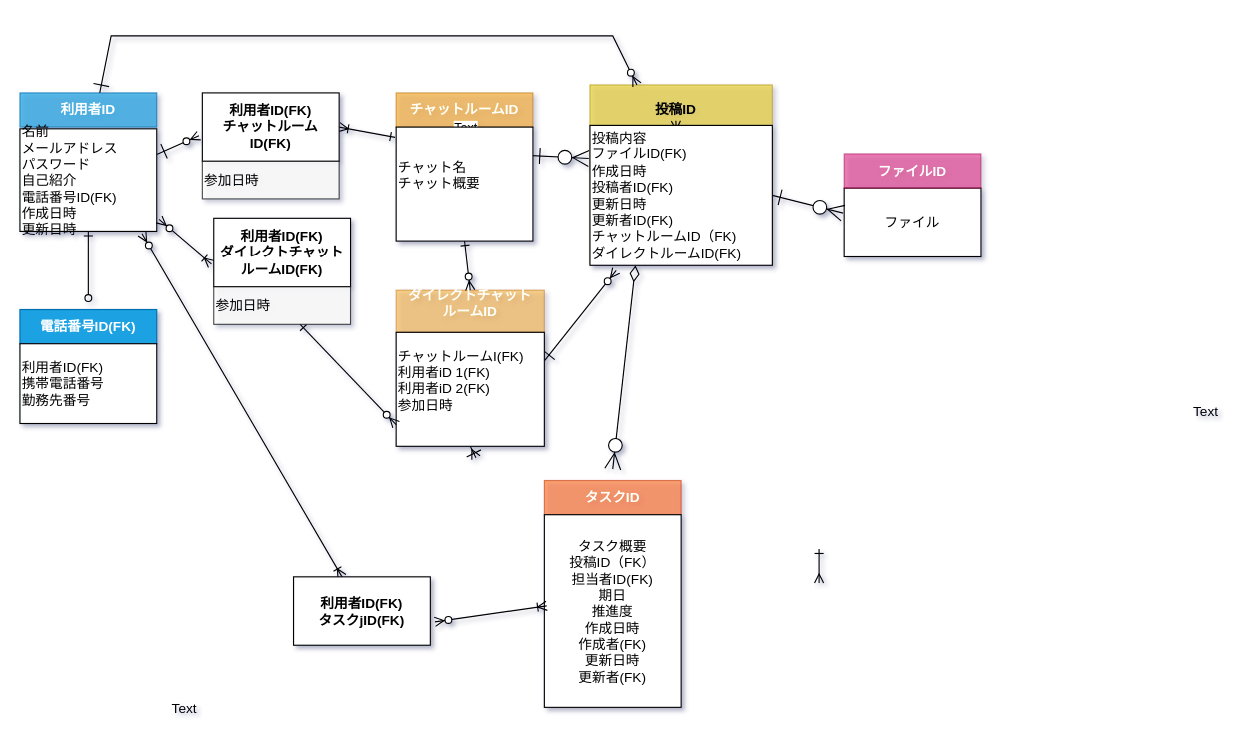
This is db/db-challenge1/db-challenge1.drawio from Yuina1012/quelcode-db, a draw.io file, before an edit. Source tidied: cells renumbered, new cells numbered last; positions are measured from the earlier drawing's top-left corner, leaving out a move shared by most shapes. Both pictures are drawn from the tidied source at 114%, with x=0, y=0 at pixel (19, 35).
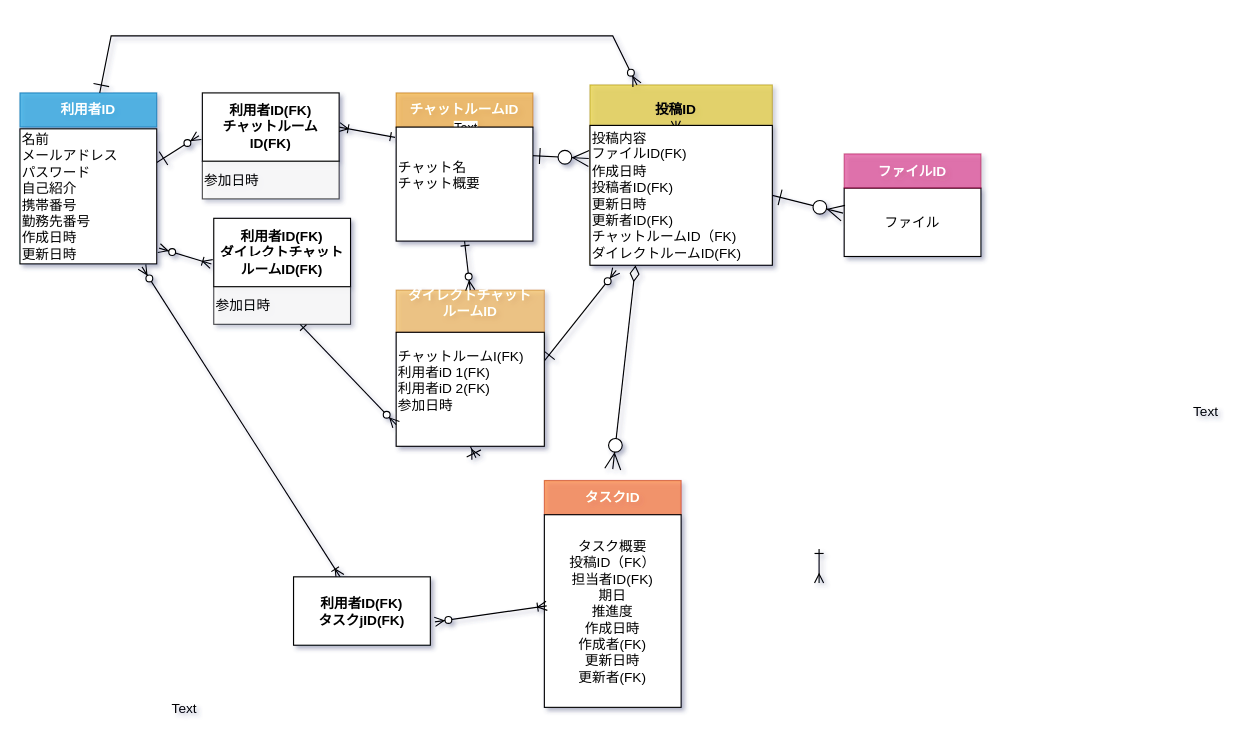
The same page after the edit.

Commit message:
電話番号テーブル削除

The edit, as a diff of the source:
```diff
@@
-    <mxCell id="5" value="名前&lt;br&gt;メールアドレス&lt;br&gt;パスワード&lt;br&gt;自己紹介&lt;br&gt;電話番号ID(FK)&lt;br&gt;作成日時&lt;br&gt;更新日時" style="rounded=0;whiteSpace=wrap;html=1;align=left;" parent="1" vertex="1">
-      <mxGeometry y="81.5" width="120" height="90" as="geometry" />
+    <mxCell id="5" value="名前&lt;br&gt;メールアドレス&lt;br&gt;パスワード&lt;br&gt;自己紹介&lt;br&gt;携帯番号&lt;br&gt;勤務先番号&lt;br&gt;作成日時&lt;br&gt;更新日時" style="rounded=0;whiteSpace=wrap;html=1;align=left;" parent="1" vertex="1">
+      <mxGeometry y="81.5" width="120" height="118.5" as="geometry" />
     </mxCell>
-    <mxCell id="6" style="edgeStyle=orthogonalEdgeStyle;rounded=0;jettySize=auto;html=1;exitX=0.5;exitY=0;exitDx=0;exitDy=0;startArrow=ERone;startFill=0;endArrow=oval;endFill=0;strokeColor=#000000;strokeWidth=1;" parent="1" edge="1" source="8">
+    <mxCell id="6" style="edgeStyle=orthogonalEdgeStyle;rounded=0;orthogonalLoop=1;jettySize=auto;html=1;exitX=0.5;exitY=0;exitDx=0;exitDy=0;startArrow=ERone;startFill=0;endArrow=oval;endFill=0;strokeColor=#000000;strokeWidth=1;" parent="1" edge="1">
       <mxGeometry relative="1" as="geometry">
+        <mxPoint x="60" y="240" as="sourcePoint" />
         <mxPoint x="60" y="240" as="targetPoint" />
       </mxGeometry>
     </mxCell>
-    <mxCell id="7" style="edgeStyle=none;rounded=0;jettySize=auto;html=1;startArrow=oval;startFill=0;endArrow=ERone;endFill=0;" parent="1" edge="1" target="5">
-      <mxGeometry relative="1" as="geometry">
-        <mxPoint x="60" y="230" as="sourcePoint" />
-      </mxGeometry>
-    </mxCell>
-    <mxCell id="8" value="&lt;b&gt;電話番号ID(FK)&lt;/b&gt;" style="rounded=0;whiteSpace=wrap;html=1;fillColor=#1ba1e2;strokeColor=#006EAF;fontColor=#ffffff;" parent="1" vertex="1">
-      <mxGeometry y="240" width="120" height="30" as="geometry" />
-    </mxCell>
-    <mxCell id="9" value="利用者ID(FK)&lt;br&gt;携帯電話番号&lt;br&gt;勤務先番号&lt;br&gt;" style="rounded=0;whiteSpace=wrap;html=1;align=left;" parent="1" vertex="1">
-      <mxGeometry y="270" width="120" height="70" as="geometry" />
-    </mxCell>
-    <mxCell id="10" style="edgeStyle=orthogonalEdgeStyle;rounded=0;orthogonalLoop=1;jettySize=auto;html=1;exitX=0.5;exitY=1;exitDx=0;exitDy=0;startArrow=ERone;startFill=0;endArrow=oval;endFill=0;strokeColor=#000000;strokeWidth=1;" parent="1" edge="1" source="8" target="8">
-      <mxGeometry relative="1" as="geometry" />
+    <mxCell id="10" style="edgeStyle=orthogonalEdgeStyle;rounded=0;orthogonalLoop=1;jettySize=auto;html=1;exitX=0.5;exitY=1;exitDx=0;exitDy=0;startArrow=ERone;startFill=0;endArrow=oval;endFill=0;strokeColor=#000000;strokeWidth=1;" parent="1" edge="1">
+      <mxGeometry relative="1" as="geometry">
+        <mxPoint x="60" y="270" as="sourcePoint" />
+        <mxPoint x="60" y="270" as="targetPoint" />
+      </mxGeometry>
     </mxCell>
```
